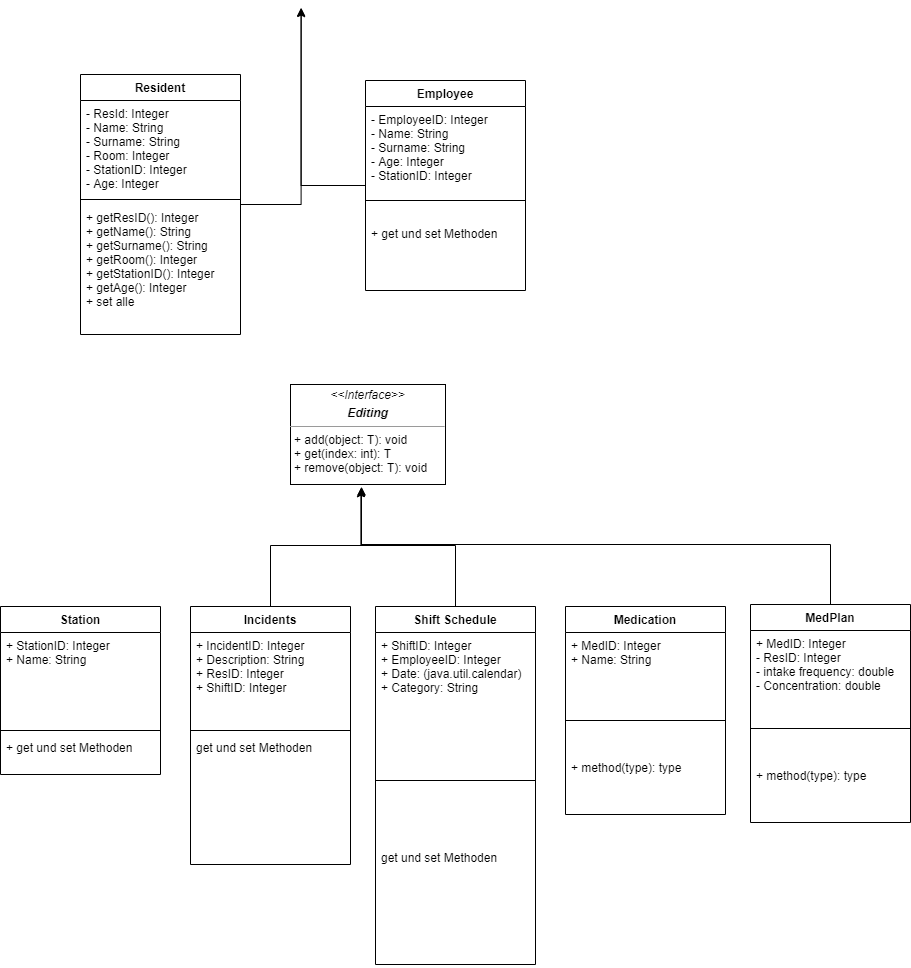
Above: Vererbungsdiagramm.png in JakobGassauer/ATdIT_Group1 (draw.io), before the change. Source tidied: cells renumbered, new cells last; positions are measured from the earlier drawing's top-left corner, leaving out a move shared by most shapes.
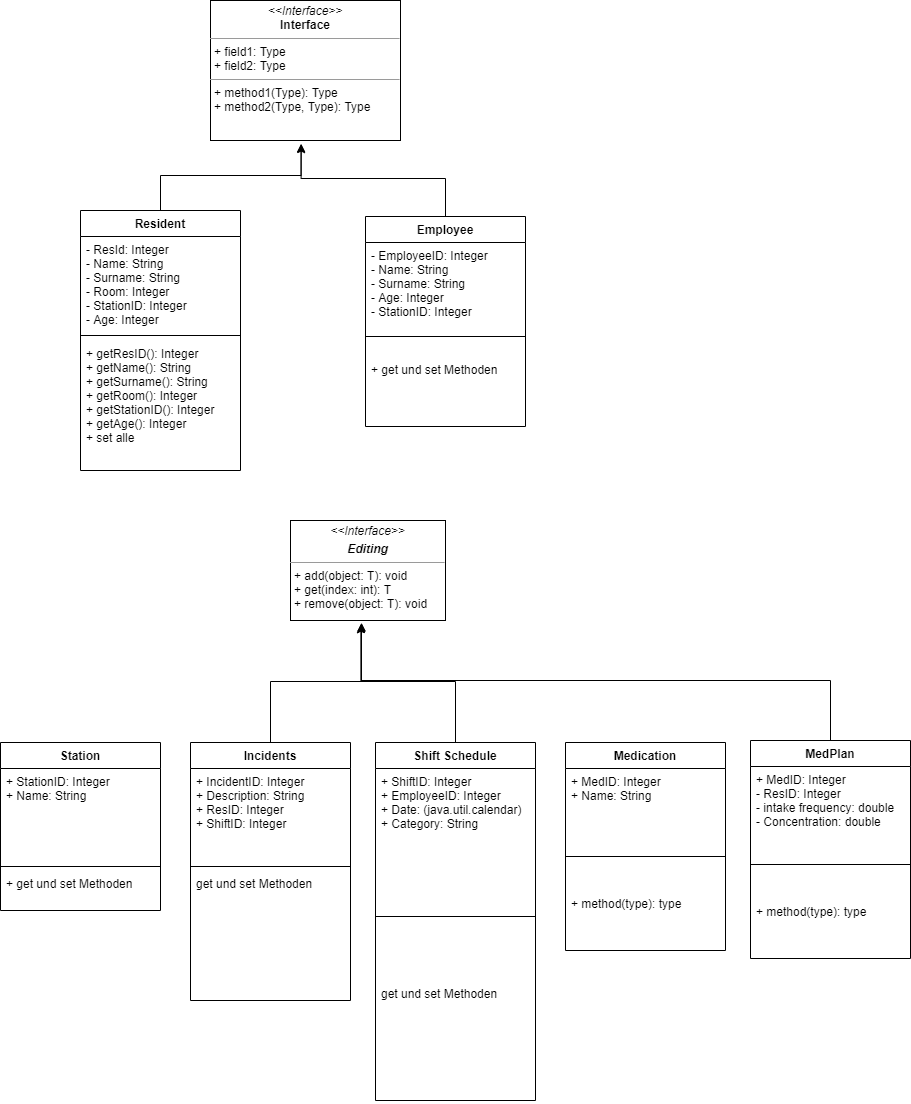
After the change.

What changed in the source:
```diff
@@ -2,10 +2,8 @@
   <root>
     <mxCell id="0" />
     <mxCell id="1" parent="0" />
-    <mxCell id="2" style="edgeStyle=orthogonalEdgeStyle;rounded=0;jettySize=auto;html=1;entryX=0.477;entryY=1.029;entryDx=0;entryDy=0;entryPerimeter=0;" parent="1" edge="1" source="3">
-      <mxGeometry relative="1" as="geometry">
-        <mxPoint x="300.6" y="1.1" as="targetPoint" />
-      </mxGeometry>
+    <mxCell id="2" style="edgeStyle=orthogonalEdgeStyle;rounded=0;jettySize=auto;html=1;entryX=0.477;entryY=1.029;entryDx=0;entryDy=0;entryPerimeter=0;" parent="1" edge="1" source="3" target="36">
+      <mxGeometry relative="1" as="geometry" />
     </mxCell>
     <mxCell id="3" value="Employee" style="swimlane;fontStyle=1;align=center;verticalAlign=top;horizontal=1;startSize=26;" parent="1" vertex="1">
       <mxGeometry x="365" y="73" width="160" height="210" as="geometry" />
@@ -73,10 +71,8 @@
     <mxCell id="24" value="+ get und set Methoden" style="text;strokeColor=none;fillColor=none;align=left;verticalAlign=top;spacingLeft=4;spacingRight=4;overflow=hidden;" parent="21" vertex="1">
       <mxGeometry y="128" width="160" height="40" as="geometry" />
     </mxCell>
-    <mxCell id="25" style="edgeStyle=orthogonalEdgeStyle;rounded=0;jettySize=auto;html=1;entryX=0.477;entryY=1.023;entryDx=0;entryDy=0;entryPerimeter=0;" parent="1" edge="1" source="26">
-      <mxGeometry relative="1" as="geometry">
-        <mxPoint x="300.6" y="0.2" as="targetPoint" />
-      </mxGeometry>
+    <mxCell id="25" style="edgeStyle=orthogonalEdgeStyle;rounded=0;jettySize=auto;html=1;entryX=0.477;entryY=1.023;entryDx=0;entryDy=0;entryPerimeter=0;" parent="1" edge="1" source="26" target="36">
+      <mxGeometry relative="1" as="geometry" />
     </mxCell>
     <mxCell id="26" value="Resident" style="swimlane;fontStyle=1;align=center;verticalAlign=top;horizontal=1;startSize=26;" parent="1" vertex="1">
       <mxGeometry x="80" y="67" width="160" height="260" as="geometry" />
@@ -113,5 +109,8 @@
     <mxCell id="35" value="+ method(type): type" style="text;strokeColor=none;fillColor=none;align=left;verticalAlign=top;spacingLeft=4;spacingRight=4;overflow=hidden;" parent="32" vertex="1">
       <mxGeometry y="158" width="160" height="60" as="geometry" />
     </mxCell>
+    <mxCell id="36" value="&lt;p style=&quot;margin:0px;margin-top:4px;text-align:center;&quot;&gt;&lt;i&gt;&amp;lt;&amp;lt;Interface&amp;gt;&amp;gt;&lt;/i&gt;&lt;br/&gt;&lt;b&gt;Interface&lt;/b&gt;&lt;/p&gt;&lt;hr size=&quot;1&quot;/&gt;&lt;p style=&quot;margin:0px;margin-left:4px;&quot;&gt;+ field1: Type&lt;br/&gt;+ field2: Type&lt;/p&gt;&lt;hr size=&quot;1&quot;/&gt;&lt;p style=&quot;margin:0px;margin-left:4px;&quot;&gt;+ method1(Type): Type&lt;br/&gt;+ method2(Type, Type): Type&lt;/p&gt;" style="verticalAlign=top;align=left;overflow=fill;fontSize=12;fontFamily=Helvetica;html=1;" parent="1" vertex="1">
+      <mxGeometry x="210" y="-143" width="190" height="140" as="geometry" />
+    </mxCell>
   </root>
 </mxGraphModel>
```
